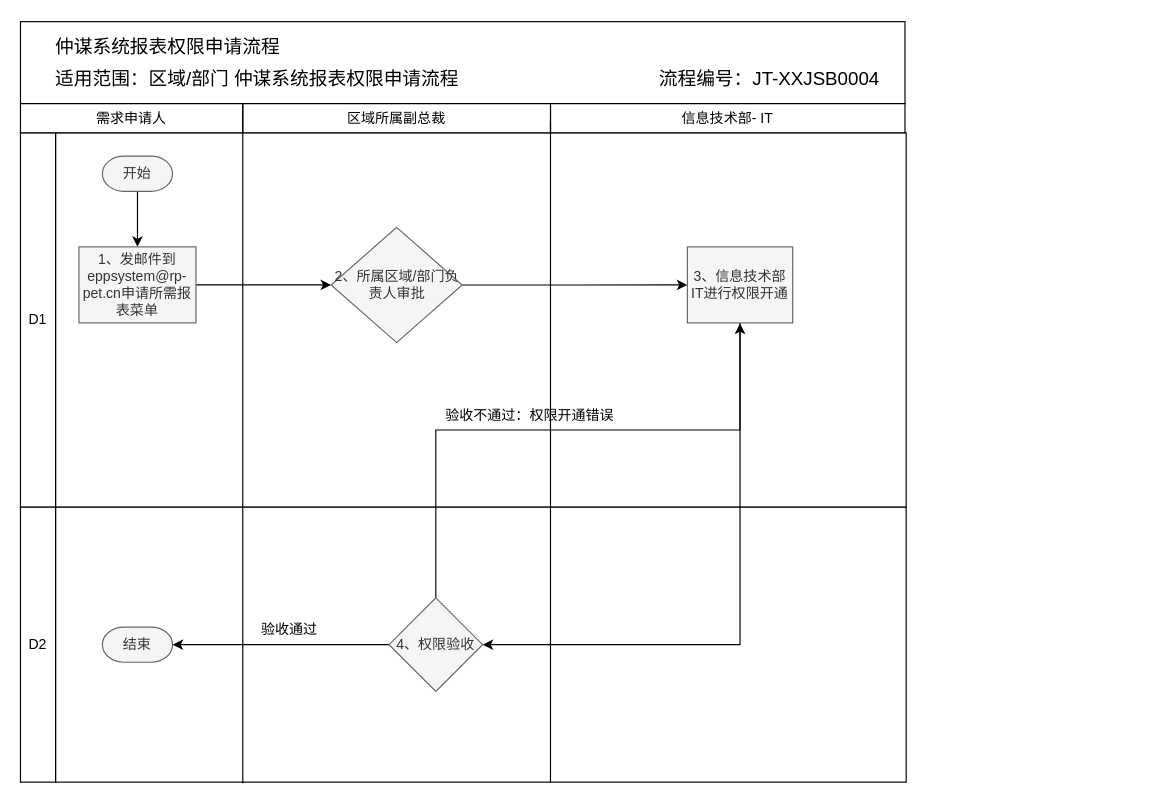
Earlier version of the draw.io diagram page "仲谋系统报表权限申请流程" (4 of 4) of pet_data_warehouse/内控流程.drawio (fangzheng0518/draw). Source tidied: cells renumbered, new cells numbered last; positions are measured from the earlier drawing's top-left corner, leaving out a move shared by most shapes. Both pictures are drawn from the tidied source at 117%, with x=0, y=0 at pixel (20, 21).
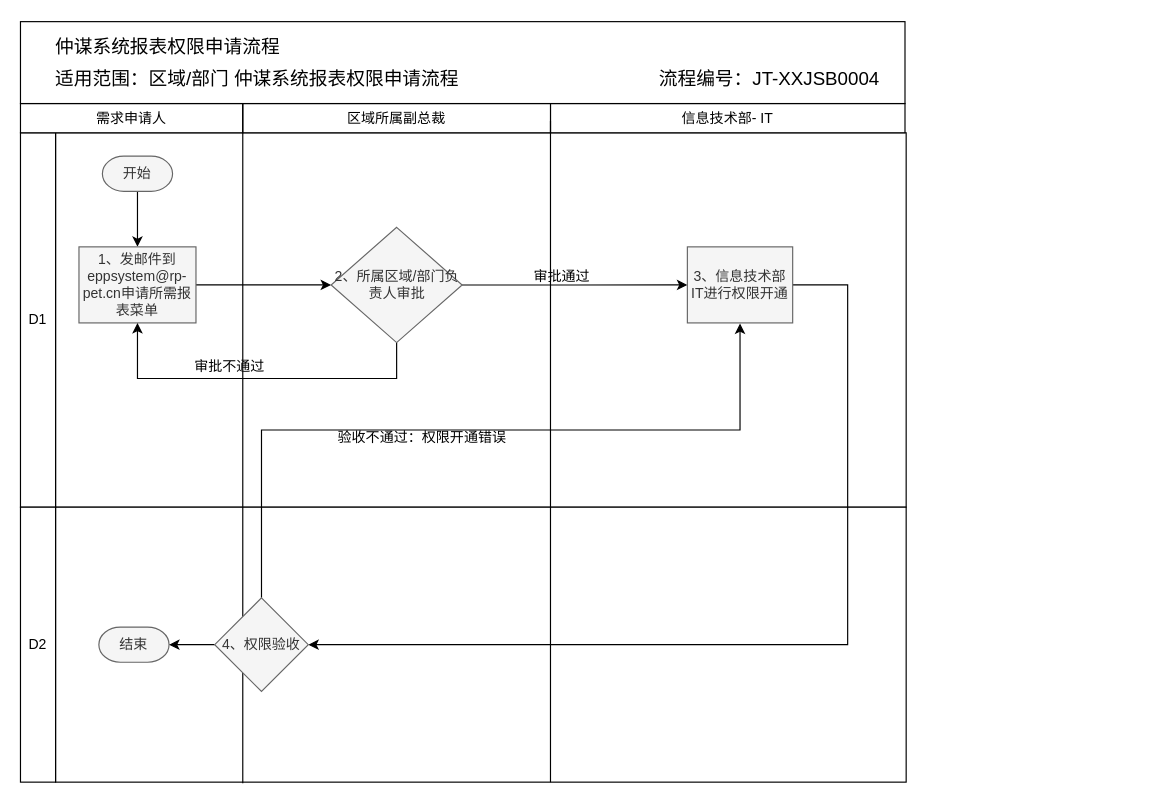
The same diagram, later.

The change refers to these unchanged cells:
```xml
<mxCell id="12" value="1、发邮件到eppsystem@rp-pet.cn申请所需报表菜单" style="rounded=0;whiteSpace=wrap;html=1;strokeColor=#666666;strokeWidth=1;fillColor=#f5f5f5;fontColor=#333333;" parent="1" vertex="1">
  <mxGeometry x="50" y="192.5" width="100" height="65" as="geometry" />
</mxCell>
<mxCell id="14" value="2、所属区域/部门负责人审批" style="rhombus;whiteSpace=wrap;html=1;strokeColor=#666666;strokeWidth=1;fillColor=#f5f5f5;fontColor=#333333;" parent="1" vertex="1">
  <mxGeometry x="265.5" y="175.8" width="112" height="98.5" as="geometry" />
</mxCell>
<mxCell id="18" value="3、信息技术部IT进行权限开通" style="rounded=0;whiteSpace=wrap;html=1;strokeColor=#666666;strokeWidth=1;fillColor=#f5f5f5;fontColor=#333333;" parent="1" vertex="1">
  <mxGeometry x="570" y="192.5" width="90" height="65" as="geometry" />
</mxCell>
```

What changed in the source:
```diff
@@
+    <mxCell id="31" style="edgeStyle=orthogonalEdgeStyle;rounded=0;jettySize=auto;html=1;entryX=0.5;entryY=1;entryDx=0;entryDy=0;" parent="1" edge="1" source="14" target="12">
+      <mxGeometry relative="1" as="geometry">
+        <Array as="points">
+          <mxPoint x="322" y="305" />
+          <mxPoint x="100" y="305" />
+        </Array>
+      </mxGeometry>
+    </mxCell>
@@
     <mxCell id="17" style="edgeStyle=orthogonalEdgeStyle;rounded=0;jettySize=auto;html=1;entryX=1;entryY=0.5;entryDx=0;entryDy=0;" parent="1" edge="1" source="18" target="28">
       <mxGeometry relative="1" as="geometry">
         <Array as="points">
-          <mxPoint x="615" y="533" />
+          <mxPoint x="707" y="225" />
+          <mxPoint x="707" y="533" />
         </Array>
       </mxGeometry>
     </mxCell>
@@
     <mxCell id="19" value="结束" style="strokeWidth=1;html=1;shape=mxgraph.flowchart.terminator;whiteSpace=wrap;fillColor=#f5f5f5;strokeColor=#666666;fontColor=#333333;" parent="1" vertex="1">
-      <mxGeometry x="70" y="517.5" width="60" height="30" as="geometry" />
+      <mxGeometry x="67" y="517.5" width="60" height="30" as="geometry" />
     </mxCell>
@@
+    <mxCell id="27" style="edgeStyle=orthogonalEdgeStyle;rounded=0;jettySize=auto;html=1;" parent="1" edge="1" source="28">
+      <mxGeometry relative="1" as="geometry">
+        <mxPoint x="615" y="258" as="targetPoint" />
+        <Array as="points">
+          <mxPoint x="206" y="349" />
+          <mxPoint x="615" y="349" />
+        </Array>
+      </mxGeometry>
+    </mxCell>
@@
-    <mxCell id="27" style="edgeStyle=orthogonalEdgeStyle;rounded=0;jettySize=auto;html=1;" parent="1" edge="1" source="28">
-      <mxGeometry relative="1" as="geometry">
-        <mxPoint x="615" y="258" as="targetPoint" />
-        <Array as="points">
-          <mxPoint x="355" y="349" />
-          <mxPoint x="615" y="349" />
-        </Array>
-      </mxGeometry>
-    </mxCell>
     <mxCell id="28" value="4、权限验收" style="rhombus;whiteSpace=wrap;html=1;strokeColor=#666666;strokeWidth=1;fillColor=#f5f5f5;fontColor=#333333;" parent="1" vertex="1">
-      <mxGeometry x="315" y="492.5" width="80" height="80" as="geometry" />
+      <mxGeometry x="166" y="492.5" width="80" height="80" as="geometry" />
     </mxCell>
-    <mxCell id="29" value="验收通过" style="text;html=1;strokeColor=none;fillColor=none;align=center;verticalAlign=middle;whiteSpace=wrap;rounded=0;" parent="1" vertex="1">
-      <mxGeometry x="195" y="510" width="70" height="20" as="geometry" />
-    </mxCell>
     <mxCell id="30" value="验收不通过：权限开通错误" style="text;html=1;strokeColor=none;fillColor=none;align=center;verticalAlign=middle;whiteSpace=wrap;rounded=0;" parent="1" vertex="1">
-      <mxGeometry x="349" y="327" width="173" height="20" as="geometry" />
+      <mxGeometry x="257" y="346" width="173" height="20" as="geometry" />
     </mxCell>
+    <mxCell id="32" value="审批通过" style="text;html=1;strokeColor=none;fillColor=none;align=center;verticalAlign=middle;whiteSpace=wrap;rounded=0;" parent="1" vertex="1">
+      <mxGeometry x="428" y="208" width="70" height="20" as="geometry" />
+    </mxCell>
+    <mxCell id="33" value="审批不通过" style="text;html=1;strokeColor=none;fillColor=none;align=center;verticalAlign=middle;whiteSpace=wrap;rounded=0;" parent="1" vertex="1">
+      <mxGeometry x="144" y="285" width="70" height="20" as="geometry" />
+    </mxCell>
```
